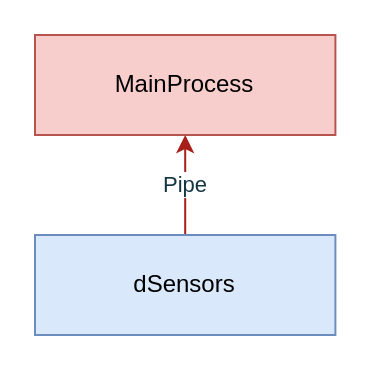
Before: page "Overview" (1 of 14) of project/report/flowcharts/tLampControl.drawio in ESRGgroup9/slipad, a draw.io diagram. Source tidied: cells renumbered, new cells numbered last; positions are measured from the earlier drawing's top-left corner, leaving out a move shared by most shapes. Both pictures are drawn from the tidied source at 200%, with x=0, y=0 at pixel (34, 34).
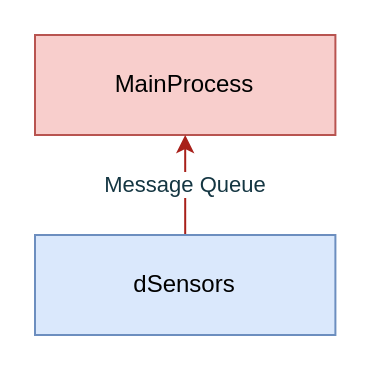
The same diagram, later.

Change to the diagram source:
```diff
@@
 <mxGraphModel>
   <root>
     <mxCell id="0" />
     <mxCell id="1" parent="0" />
     <mxCell id="2" value="MainProcess" style="rounded=0;whiteSpace=wrap;html=1;sketch=0;strokeColor=#b85450;fillColor=#f8cecc;" parent="1" vertex="1">
       <mxGeometry width="150.2" height="50" as="geometry" />
     </mxCell>
-    <mxCell id="3" value="Pipe" style="edgeStyle=orthogonalEdgeStyle;curved=0;rounded=1;sketch=0;jettySize=auto;html=1;fontColor=#143642;strokeColor=#A8201A;fillColor=#FAE5C7;" parent="1" edge="1" source="4" target="2">
+    <mxCell id="3" value="Message Queue" style="edgeStyle=orthogonalEdgeStyle;curved=0;rounded=1;sketch=0;jettySize=auto;html=1;fontColor=#143642;strokeColor=#A8201A;fillColor=#FAE5C7;" parent="1" edge="1" source="4" target="2">
       <mxGeometry relative="1" as="geometry" />
     </mxCell>
     <mxCell id="4" value="dSensors" style="rounded=0;whiteSpace=wrap;html=1;sketch=0;strokeColor=#6c8ebf;fillColor=#dae8fc;" parent="1" vertex="1">
       <mxGeometry y="100" width="150.2" height="50" as="geometry" />
     </mxCell>
   </root>
 </mxGraphModel>
```
